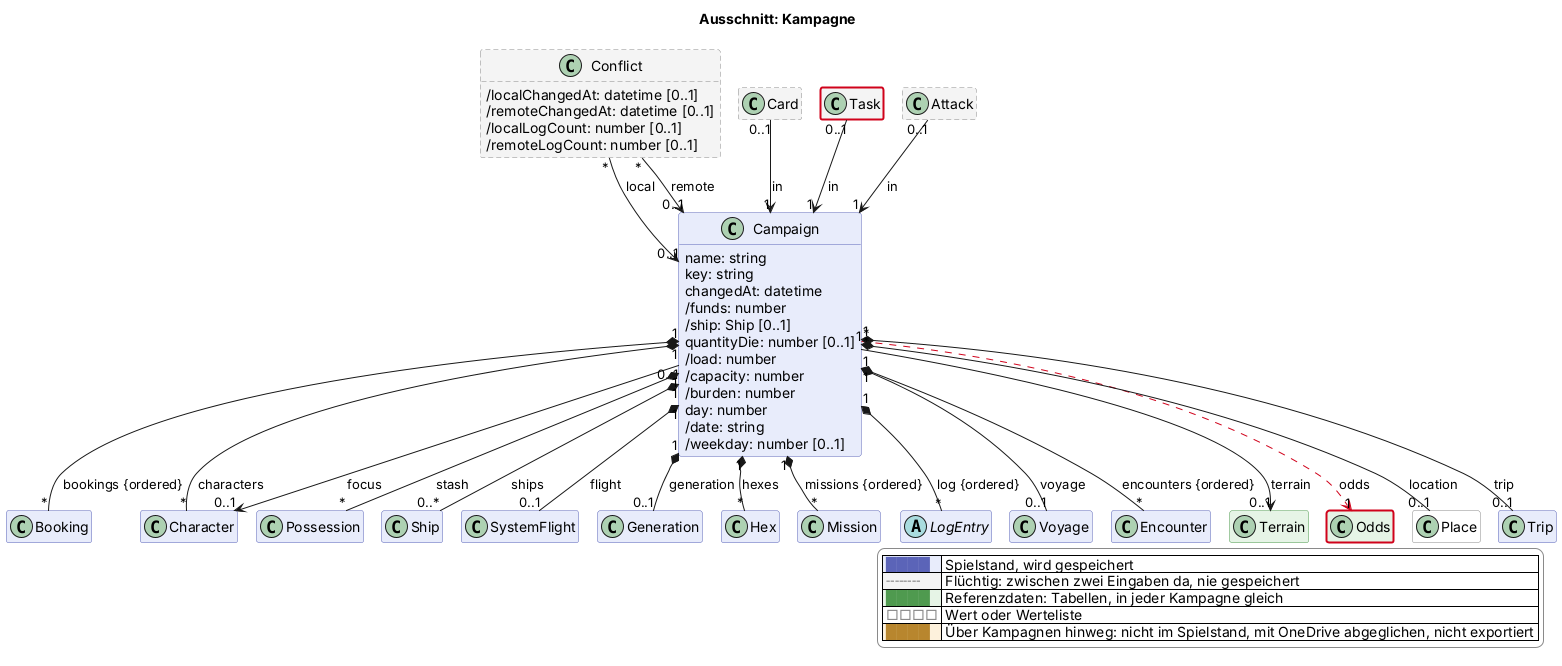
The PlantUML diagram docs/views/kampagne.png in scuzzar/SRE, before a commit.
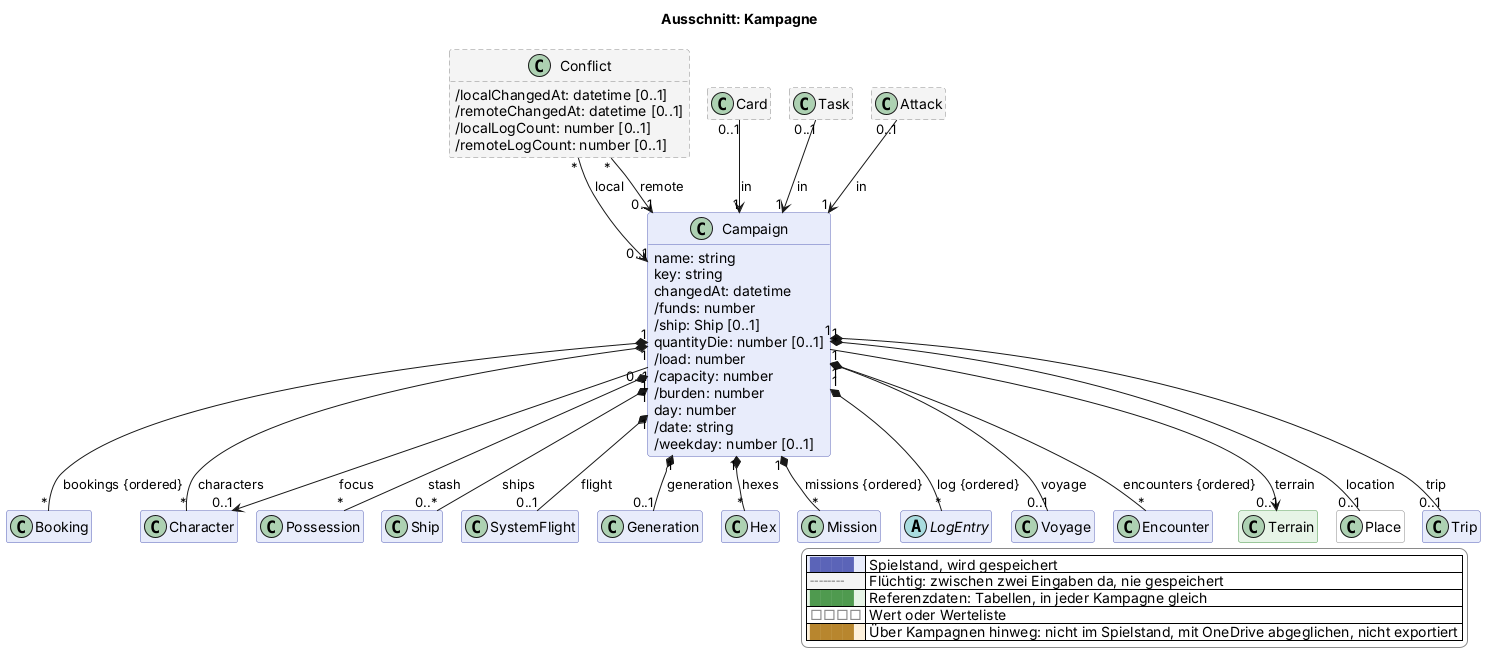
The same diagram one commit later.

Diff of the diagram source:
```diff
@@ -113,12 +113,10 @@
   class Encounter $begegnung
   class Terrain <<reference>> $begegnung
 
-  class Odds <<reference>> $karte
   class Place <<value>> $oberflaeche
   class Trip $logistik
 
 Campaign "1" *-- "*" Character : characters
-Campaign "*" -$goneArrow("2026-11-27")-> "1" Odds : odds
 Campaign "0..1" --> "0..1" Character : focus
 Campaign "1" *-- "*" LogEntry : log {ordered}
 Campaign "1" *-- "0..1" Place : location
@@ -160,6 +158,4 @@
   |<#ffffff> <color:#8a8a8a>□□□□</color> | Wert oder Werteliste |
   |<#fdf1dc> <color:#b8862e>████</color> | Über Kampagnen hinweg: nicht im Spielstand, mit OneDrive abgeglichen, nicht exportiert |
 endlegend
-class Task #line:d0021b;line.bold
-class Odds #line:d0021b;line.bold
 @enduml
```
